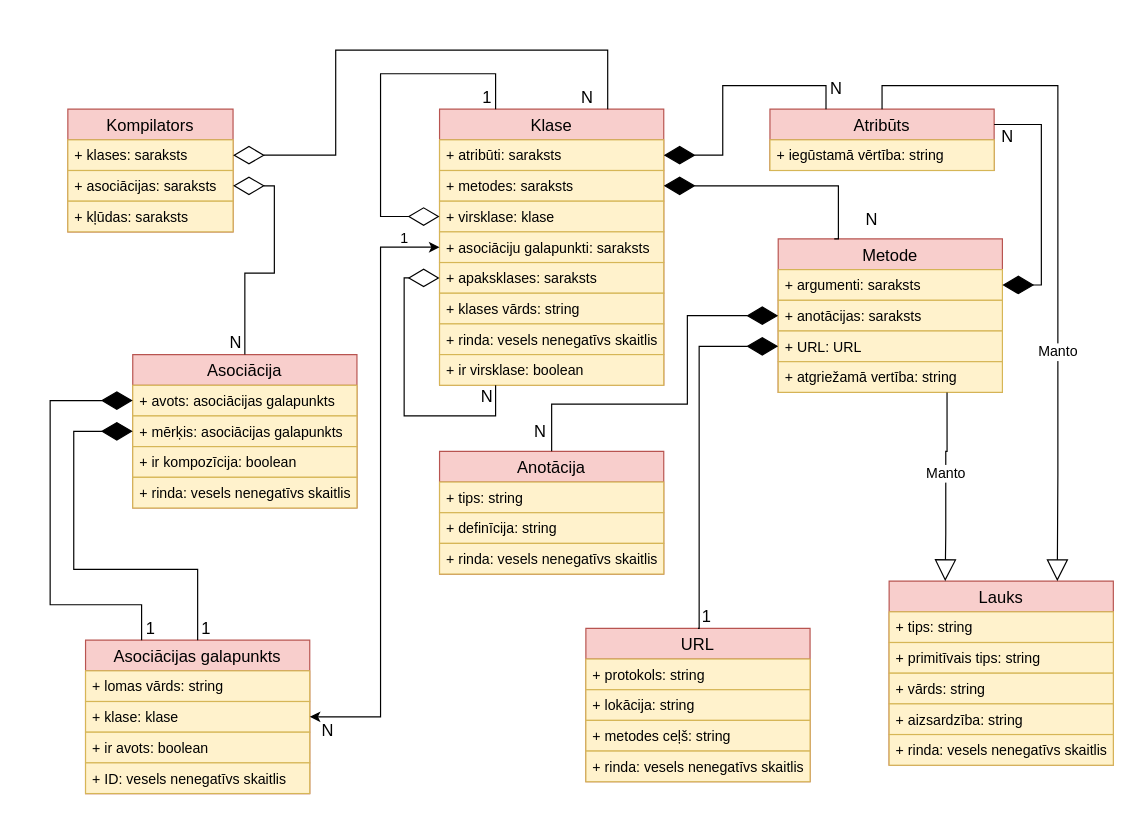
artiks12/webAppOS keeps this draw.io diagram as page "Datu struktūras" (2 of 5) of src/Qualification project/Documentation/Diagrammas/Kompilators/Kompilators.drawio. Above is the earlier version. Source tidied: cells renumbered, new cells numbered last; positions are measured from the earlier drawing's top-left corner, leaving out a move shared by most shapes. Both pictures are drawn from the tidied source at 118%, with x=0, y=0 at pixel (50, 50).
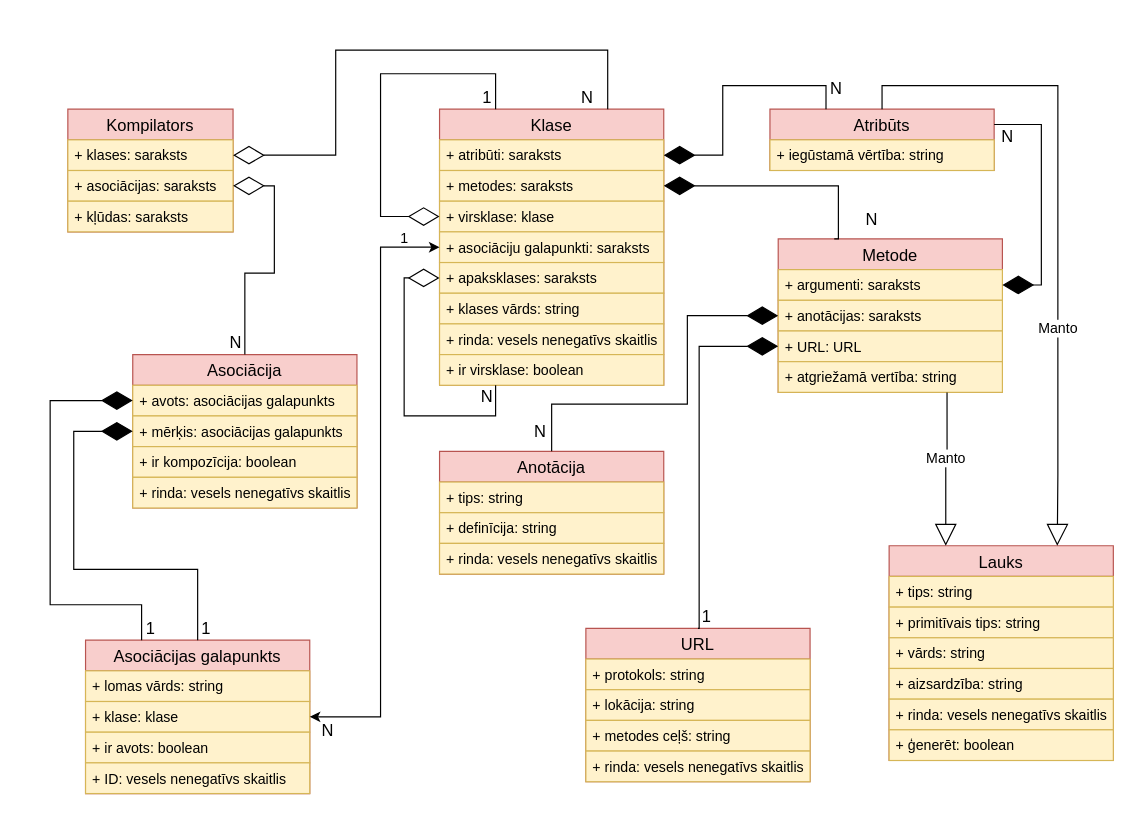
The same diagram, later.

The change refers to these unchanged cells:
```xml
<mxCell id="34" value="+ atgriežamā vertība: string" style="text;strokeColor=#d6b656;fillColor=#fff2cc;align=left;verticalAlign=top;spacingLeft=4;spacingRight=4;overflow=hidden;points=[[0,0.5],[1,0.5]];portConstraint=eastwest;fontSize=12;" parent="30" vertex="1">
  <mxGeometry y="104" width="190" height="26" as="geometry" />
</mxCell>
```

Diff of the diagram source:
```diff
@@
     <mxCell id="22" value="Lauks" style="swimlane;fontStyle=0;horizontal=1;startSize=26;fillColor=#f8cecc;strokeColor=#b85450;fontSize=14;" parent="1" vertex="1">
-      <mxGeometry x="711" y="450" width="190" height="156" as="geometry" />
+      <mxGeometry x="711" y="420" width="190" height="182" as="geometry" />
     </mxCell>
@@
+    <mxCell id="74" value="+ ģenerēt: boolean" style="text;strokeColor=#d6b656;fillColor=#fff2cc;align=left;verticalAlign=top;spacingLeft=4;spacingRight=4;overflow=hidden;fontSize=12;" parent="22" vertex="1">
+      <mxGeometry y="156" width="190" height="26" as="geometry" />
+    </mxCell>
@@
-    <mxCell id="50" value="Manto" style="endArrow=block;endSize=16;endFill=0;html=1;rounded=0;edgeStyle=orthogonalEdgeStyle;fontSize=12;exitX=0.753;exitY=1.005;exitDx=0;exitDy=0;exitPerimeter=0;entryX=0.25;entryY=0;entryDx=0;entryDy=0;" parent="1" edge="1" source="34" target="22">
+    <mxCell id="50" value="Manto" style="endArrow=block;endSize=16;endFill=0;html=1;rounded=0;edgeStyle=orthogonalEdgeStyle;fontSize=12;exitX=0.753;exitY=1.005;exitDx=0;exitDy=0;exitPerimeter=0;" parent="1" edge="1" source="34">
       <mxGeometry x="-0.13" relative="1" as="geometry">
+        <mxPoint x="759" y="420" as="targetPoint" />
         <Array as="points">
           <mxPoint x="760" y="340" />
           <mxPoint x="759" y="340" />
-          <mxPoint x="759" y="410" />
         </Array>
       </mxGeometry>
     </mxCell>
```
